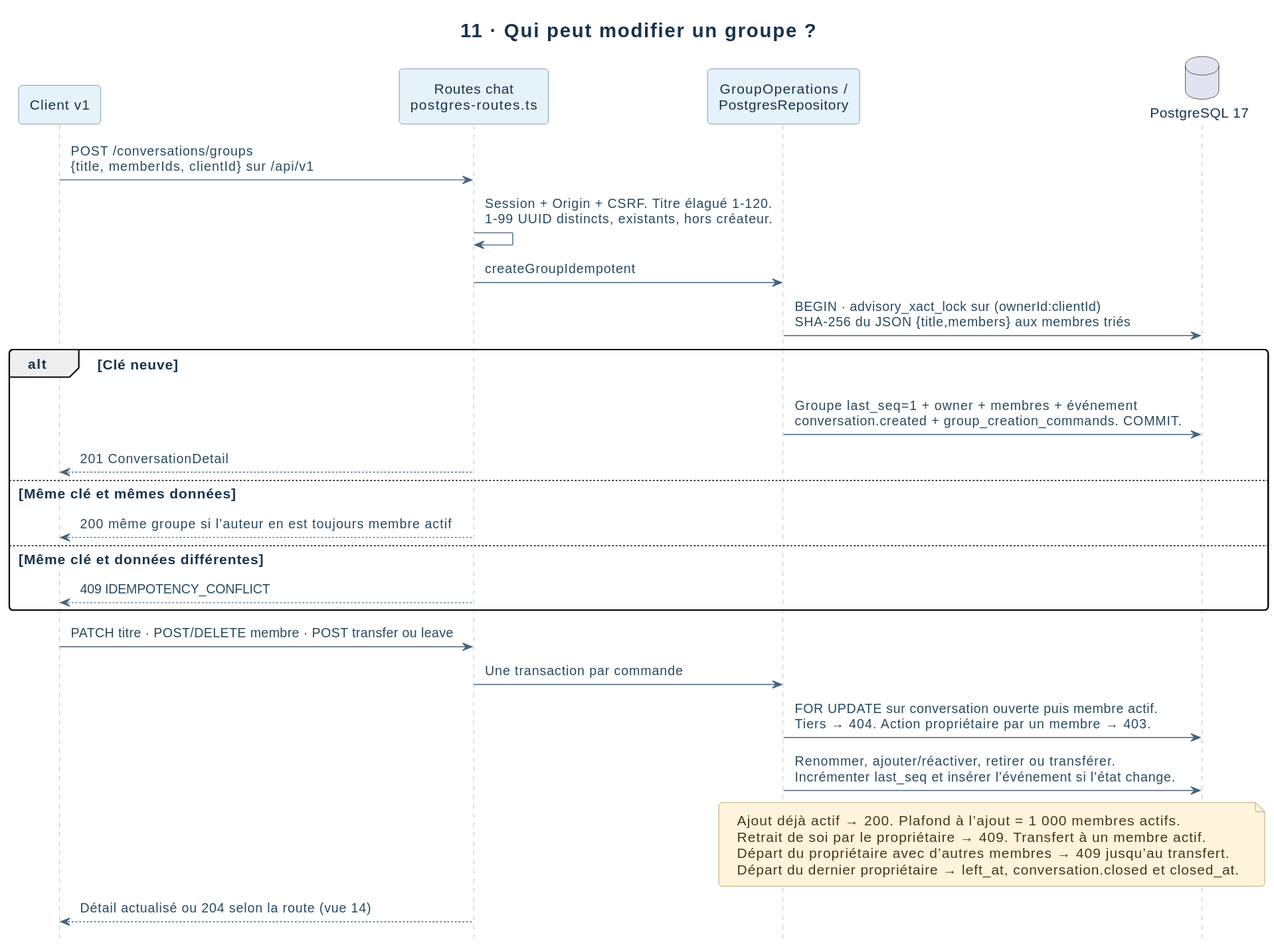
The PlantUML diagram docs/architecture/svg/11-groupes.svg in Zayonx-0/ChatISEN, before a commit.
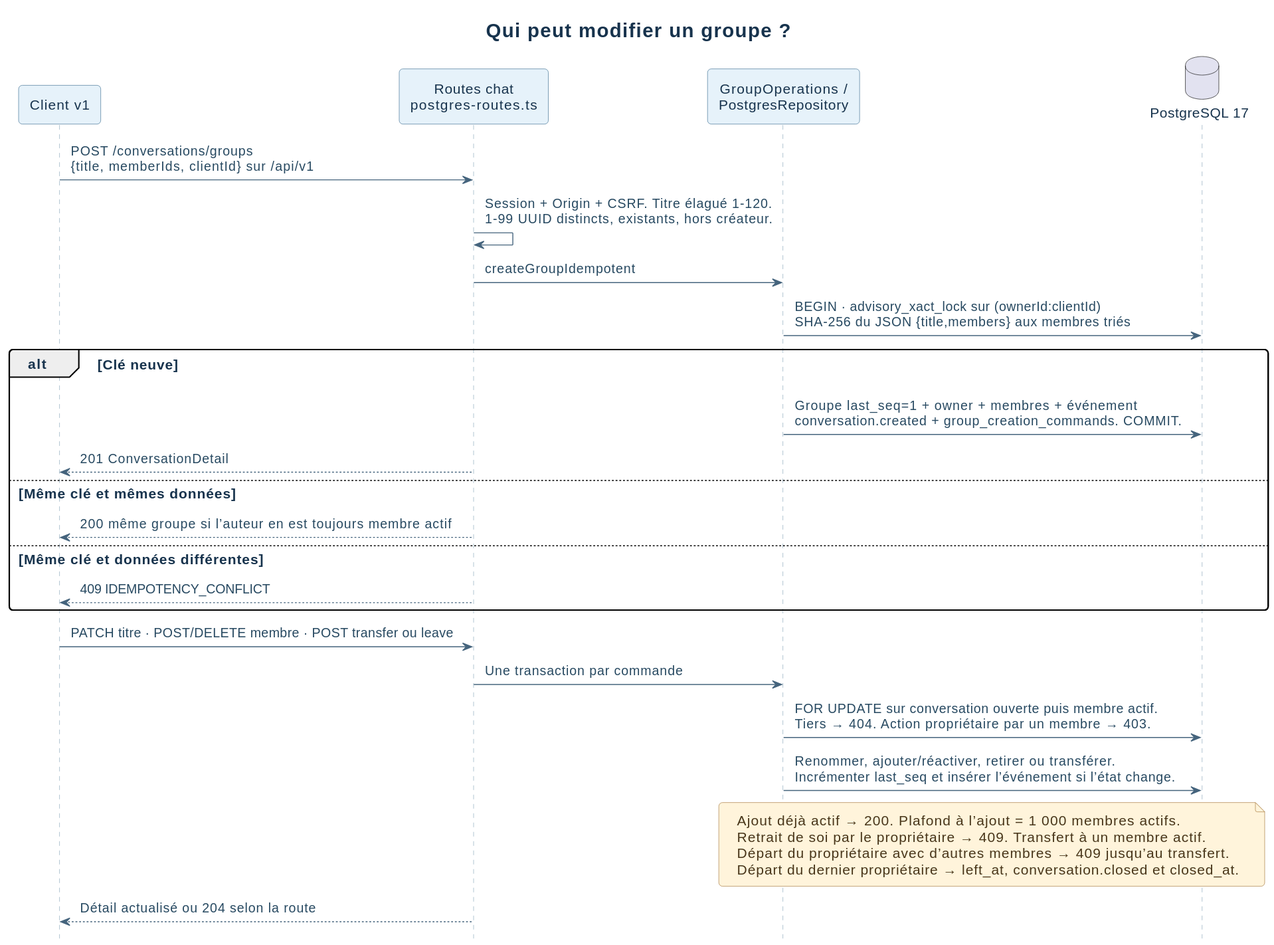
The same file after the commit.

Diff of the diagram source:
```diff
@@ -23,7 +23,7 @@
 skinparam classAttributeIconSize 0
 hide empty methods
 
-title 11 · Qui peut modifier un groupe ?
+title Qui peut modifier un groupe ?
 hide footbox
 participant "Client v1" as client
 participant "Routes chat\npostgres-routes.ts" as routes
@@ -51,5 +51,5 @@
   Départ du propriétaire avec d’autres membres → 409 jusqu’au transfert.
   Départ du dernier propriétaire → left_at, conversation.closed et closed_at.
 end note
-routes --> client : Détail actualisé ou 204 selon la route (vue 14)
+routes --> client : Détail actualisé ou 204 selon la route
 @enduml
```
